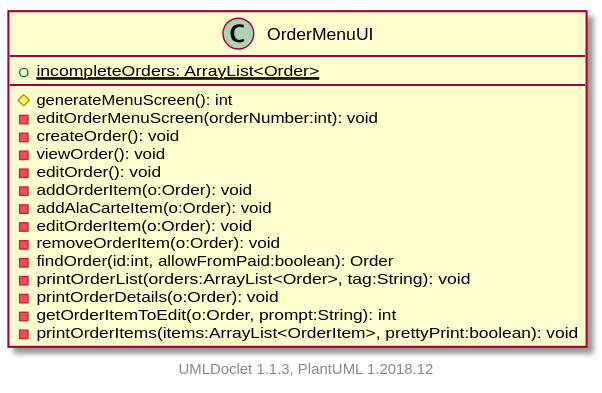
Earlier version of the PlantUML export projects/oodp/html/umlversion/uml/sg.edu.ntu.scse.cz2002.ui.OrderMenuUI.svg (itachi1706/How-to-use-Git-NTUSCSE1819-Site).
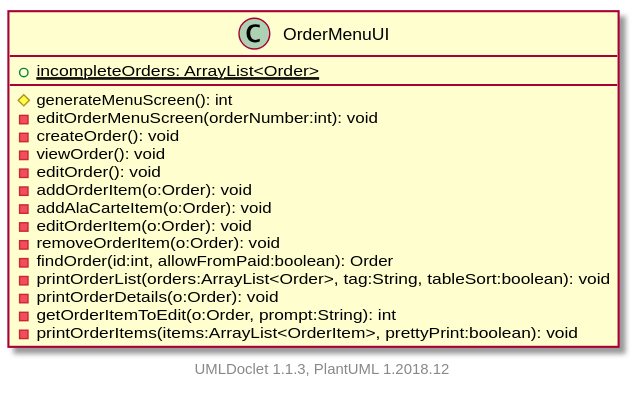
After the change.

The edit, as a diff of the source:
```diff
@@ -12,7 +12,7 @@
         -editOrderItem(o:Order): void
         -removeOrderItem(o:Order): void
         -findOrder(id:int, allowFromPaid:boolean): Order
-        -printOrderList(orders:ArrayList<Order>, tag:String): void
+        -printOrderList(orders:ArrayList<Order>, tag:String, tableSort:boolean): void
         -printOrderDetails(o:Order): void
         -getOrderItemToEdit(o:Order, prompt:String): int
         -printOrderItems(items:ArrayList<OrderItem>, prettyPrint:boolean): void
```
